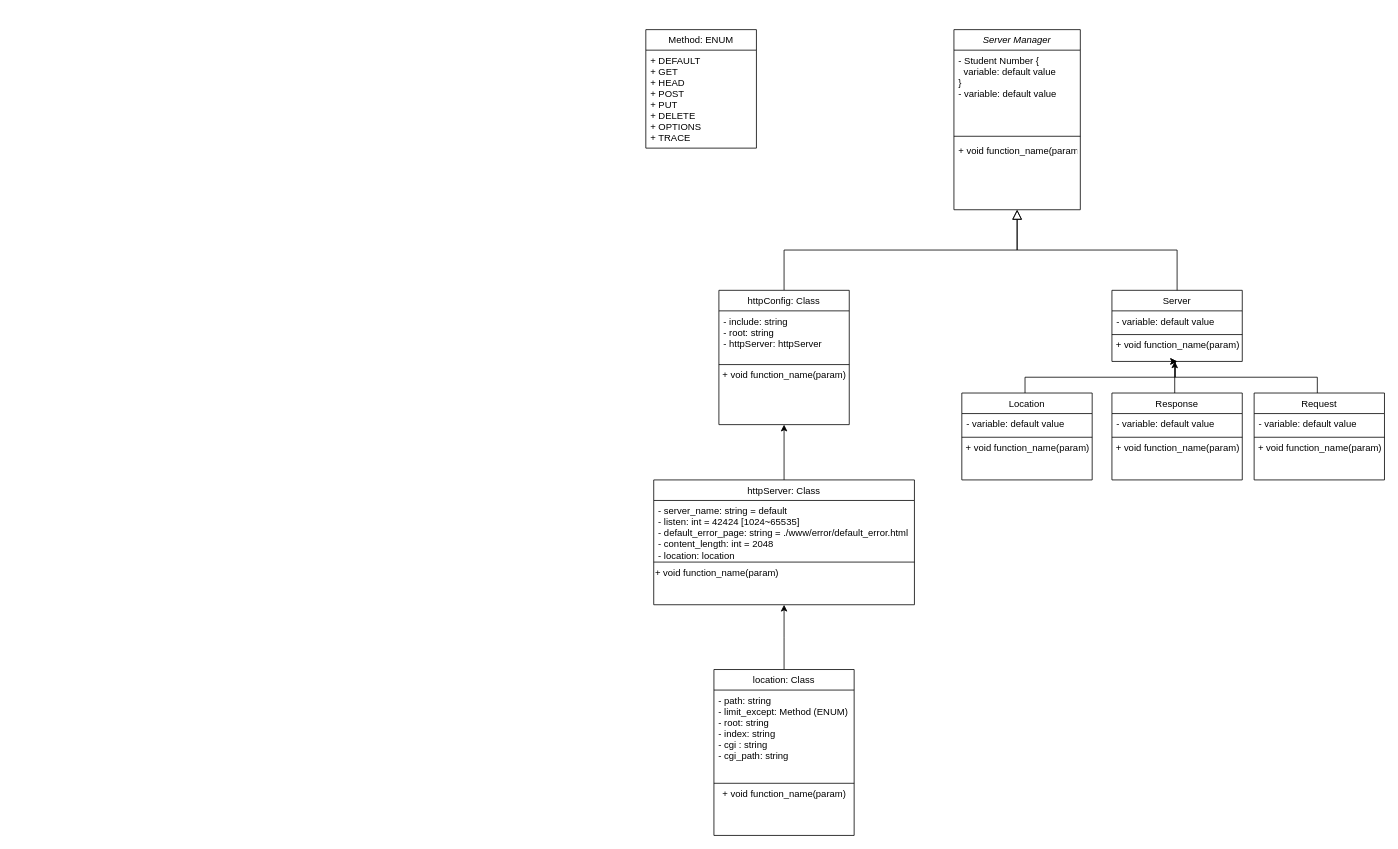
This is webserv_class_diagram.drawio from ftinx/webserv, a draw.io file, before an edit. Source tidied: cells renumbered, new cells numbered last; positions are measured from the earlier drawing's top-left corner, leaving out a move shared by most shapes. Both pictures are drawn from the tidied source at 79%, with x=0, y=0 at pixel (645, 29).
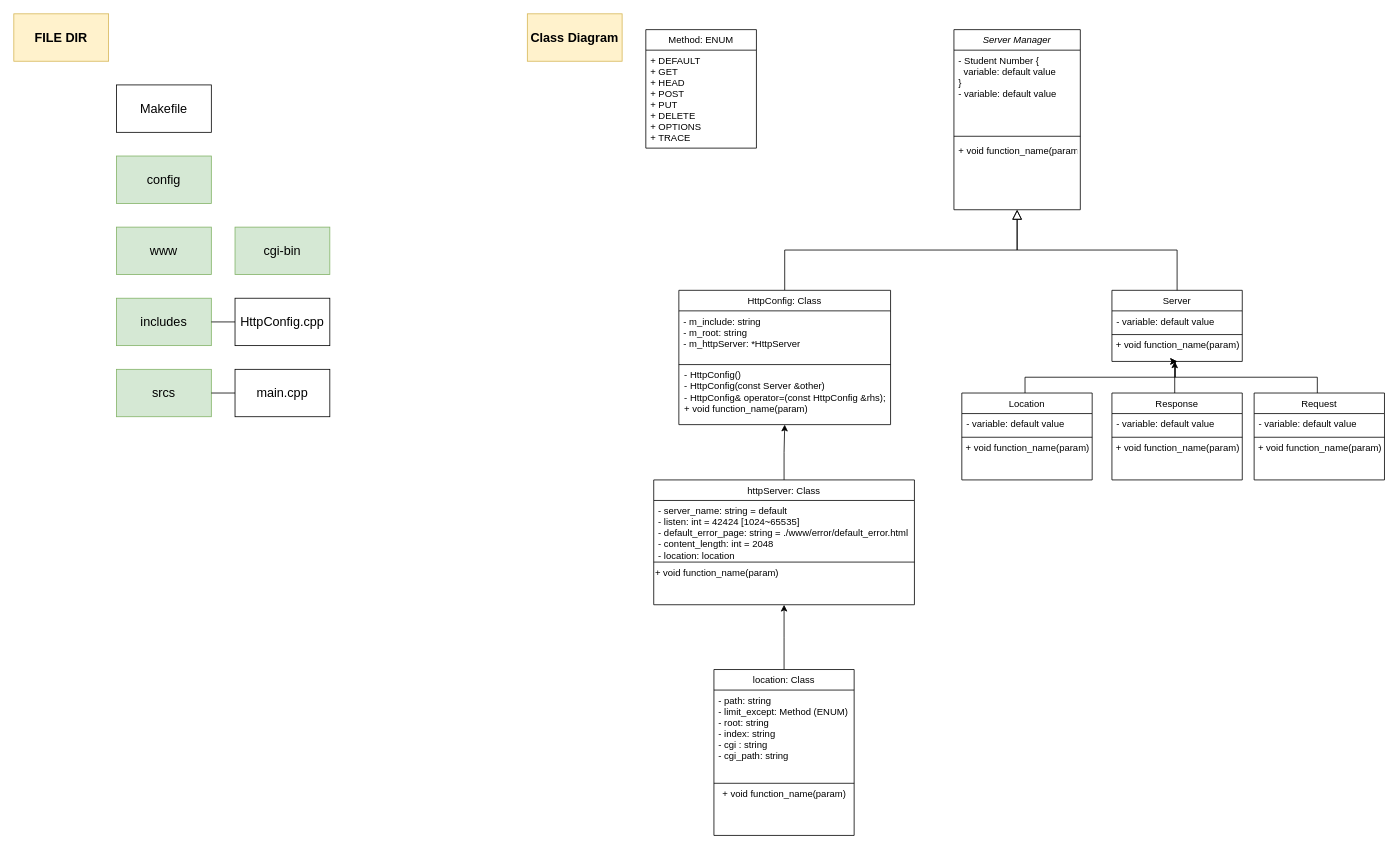
Above is the later version.

Commit message:
[FEAT] create FILE DIR diagram

Change to the diagram source:
```diff
@@
-    <mxCell id="37" value="httpConfig: Class" style="swimlane;fontStyle=0;align=center;verticalAlign=top;horizontal=1;startSize=26;rounded=0;shadow=0;strokeWidth=1;" parent="1" vertex="1">
-      <mxGeometry x="92.5" y="330" width="165" height="170" as="geometry" />
+    <mxCell id="37" value="HttpConfig: Class" style="swimlane;fontStyle=0;align=center;verticalAlign=top;horizontal=1;startSize=26;rounded=0;shadow=0;strokeWidth=1;" parent="1" vertex="1">
+      <mxGeometry x="41.8" y="330" width="268" height="170" as="geometry" />
     </mxCell>
-    <mxCell id="38" value="- include: string&#10;- root: string&#10;- httpServer: httpServer" style="text;align=left;verticalAlign=top;spacingLeft=4;spacingRight=4;overflow=hidden;" parent="37" vertex="1">
-      <mxGeometry y="26" width="165" height="64" as="geometry" />
+    <mxCell id="38" value="- m_include: string&#10;- m_root: string&#10;- m_httpServer: *HttpServer" style="text;align=left;verticalAlign=top;spacingLeft=4;spacingRight=4;overflow=hidden;" parent="37" vertex="1">
+      <mxGeometry y="26" width="268" height="64" as="geometry" />
     </mxCell>
     <mxCell id="39" style="line;html=1;strokeWidth=1;align=left;verticalAlign=middle;spacingTop=-1;spacingLeft=3;spacingRight=3;labelPosition=right;" parent="37" vertex="1">
-      <mxGeometry y="90" width="165" height="8" as="geometry" />
+      <mxGeometry y="90" width="268" height="8" as="geometry" />
     </mxCell>
-    <mxCell id="40" value="&lt;span style=&quot;text-align: left&quot;&gt;+ void function_name(param)&lt;/span&gt;" style="text;html=1;align=center;verticalAlign=middle;" parent="37" vertex="1">
-      <mxGeometry y="98" width="165" height="20" as="geometry" />
+    <mxCell id="40" value="&lt;div style=&quot;text-align: left&quot;&gt;&lt;span&gt;- HttpConfig()&lt;/span&gt;&lt;/div&gt;&lt;div style=&quot;text-align: left&quot;&gt;&lt;span&gt;- HttpConfig(const Server &amp;amp;other)&lt;/span&gt;&lt;/div&gt;&lt;div style=&quot;text-align: left&quot;&gt;- HttpConfig&amp;amp; operator=(const HttpConfig &amp;amp;rhs);&lt;/div&gt;&lt;span&gt;&lt;div style=&quot;text-align: left&quot;&gt;&lt;span&gt;+ void function_name(param)&lt;/span&gt;&lt;/div&gt;&lt;/span&gt;" style="text;html=1;align=center;verticalAlign=middle;" parent="37" vertex="1">
+      <mxGeometry y="98" width="268" height="60" as="geometry" />
     </mxCell>
@@
+    <mxCell id="43" value="&lt;b&gt;&lt;font style=&quot;font-size: 16px&quot;&gt;Class Diagram&lt;/font&gt;&lt;/b&gt;" style="rounded=0;whiteSpace=wrap;html=1;fillColor=#fff2cc;strokeColor=#d6b656;" parent="1" vertex="1">
+      <mxGeometry x="-150" y="-20" width="120" height="60" as="geometry" />
+    </mxCell>
+    <mxCell id="44" value="&lt;b&gt;&lt;font style=&quot;font-size: 16px&quot;&gt;FILE DIR&lt;/font&gt;&lt;/b&gt;" style="rounded=0;whiteSpace=wrap;html=1;fillColor=#fff2cc;strokeColor=#d6b656;" parent="1" vertex="1">
+      <mxGeometry x="-800" y="-20" width="120" height="60" as="geometry" />
+    </mxCell>
+    <mxCell id="45" value="&lt;font style=&quot;font-size: 16px&quot;&gt;srcs&lt;/font&gt;" style="rounded=0;whiteSpace=wrap;html=1;fillColor=#d5e8d4;strokeColor=#82b366;" parent="1" vertex="1">
+      <mxGeometry x="-670" y="430" width="120" height="60" as="geometry" />
+    </mxCell>
+    <mxCell id="46" value="&lt;font style=&quot;font-size: 16px&quot;&gt;Makefile&lt;/font&gt;" style="rounded=0;whiteSpace=wrap;html=1;" parent="1" vertex="1">
+      <mxGeometry x="-670" y="70" width="120" height="60" as="geometry" />
+    </mxCell>
+    <mxCell id="47" value="&lt;font style=&quot;font-size: 16px&quot;&gt;main.cpp&lt;/font&gt;" style="rounded=0;whiteSpace=wrap;html=1;" parent="1" vertex="1">
+      <mxGeometry x="-520" y="430" width="120" height="60" as="geometry" />
+    </mxCell>
+    <mxCell id="48" value="&lt;font style=&quot;font-size: 16px&quot;&gt;config&lt;/font&gt;" style="rounded=0;whiteSpace=wrap;html=1;fillColor=#d5e8d4;strokeColor=#82b366;" parent="1" vertex="1">
+      <mxGeometry x="-670" y="160" width="120" height="60" as="geometry" />
+    </mxCell>
+    <mxCell id="49" value="&lt;font style=&quot;font-size: 16px&quot;&gt;www&lt;/font&gt;" style="rounded=0;whiteSpace=wrap;html=1;fillColor=#d5e8d4;strokeColor=#82b366;" parent="1" vertex="1">
+      <mxGeometry x="-670" y="250" width="120" height="60" as="geometry" />
+    </mxCell>
+    <mxCell id="50" value="&lt;font style=&quot;font-size: 16px&quot;&gt;cgi-bin&lt;/font&gt;" style="rounded=0;whiteSpace=wrap;html=1;fillColor=#d5e8d4;strokeColor=#82b366;" parent="1" vertex="1">
+      <mxGeometry x="-520" y="250" width="120" height="60" as="geometry" />
+    </mxCell>
+    <mxCell id="51" value="&lt;font style=&quot;font-size: 16px&quot;&gt;includes&lt;/font&gt;" style="rounded=0;whiteSpace=wrap;html=1;fillColor=#d5e8d4;strokeColor=#82b366;" parent="1" vertex="1">
+      <mxGeometry x="-670" y="340" width="120" height="60" as="geometry" />
+    </mxCell>
+    <mxCell id="52" style="endArrow=none;html=1;entryX=0;entryY=0.5;entryDx=0;entryDy=0;exitX=1;exitY=0.5;exitDx=0;exitDy=0;" parent="1" edge="1" source="45" target="47">
+      <mxGeometry relative="1" as="geometry" />
+    </mxCell>
+    <mxCell id="53" value="&lt;font style=&quot;font-size: 16px&quot;&gt;HttpConfig.cpp&lt;/font&gt;" style="rounded=0;whiteSpace=wrap;html=1;" parent="1" vertex="1">
+      <mxGeometry x="-520" y="340" width="120" height="60" as="geometry" />
+    </mxCell>
+    <mxCell id="54" style="endArrow=none;html=1;exitX=1;exitY=0.5;exitDx=0;exitDy=0;entryX=0;entryY=0.5;entryDx=0;entryDy=0;" parent="1" edge="1" source="51" target="53">
+      <mxGeometry relative="1" as="geometry" />
+    </mxCell>
```
